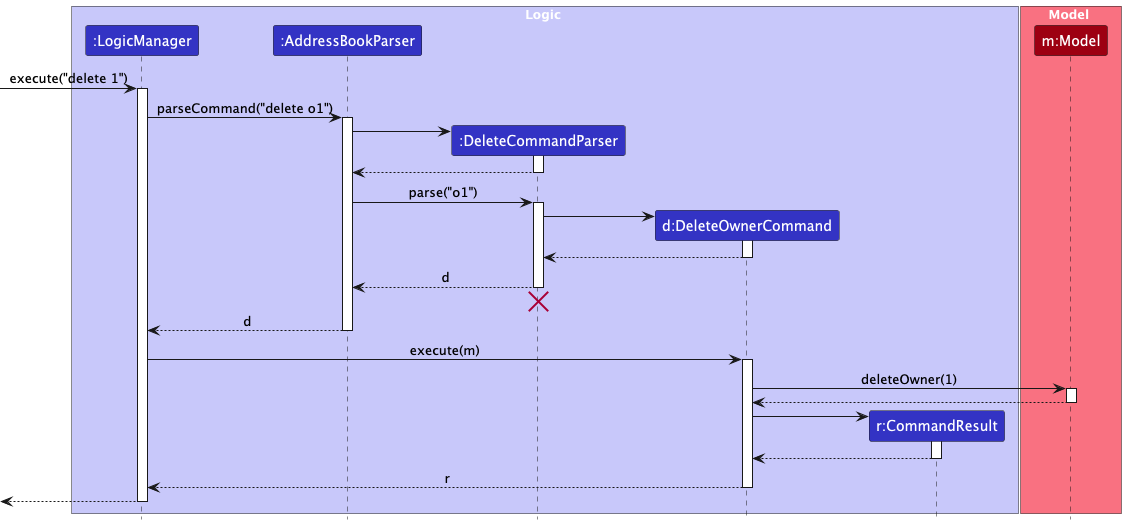
The PlantUML diagram docs/images/DeleteSequenceDiagram.png in nus-cs2103-AY2425S1/tp, before a commit.
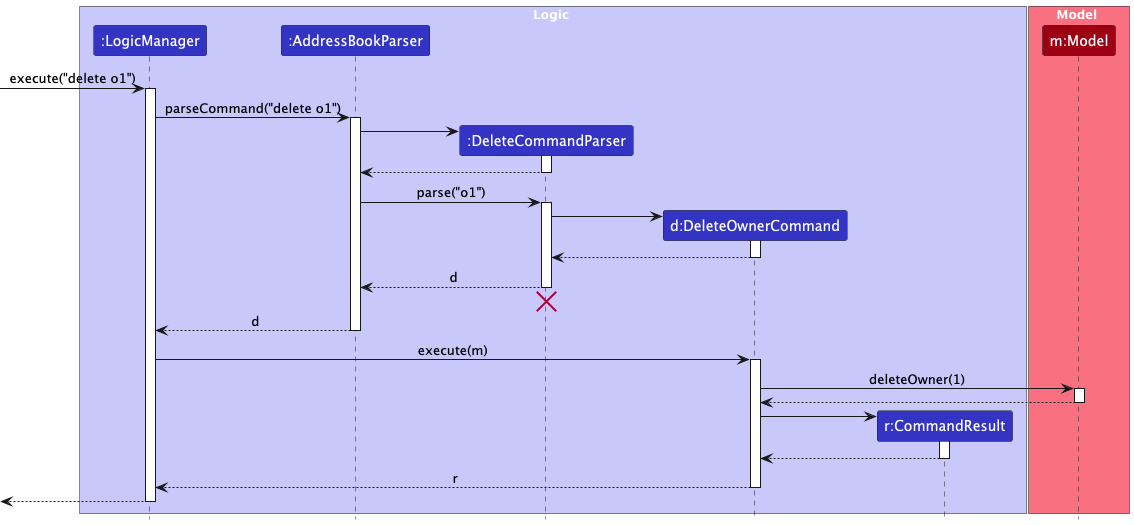
The same file after the commit.

Commit message:
Rename parts of diagrams

Change to the diagram source:
```diff
@@ -14,7 +14,7 @@
 participant "m:Model" as Model MODEL_COLOR
 end box
 
-[-> LogicManager : execute("delete 1")
+[-> LogicManager : execute("delete o1")
 activate LogicManager
 
 LogicManager -> AddressBookParser : parseCommand("delete o1")
```
